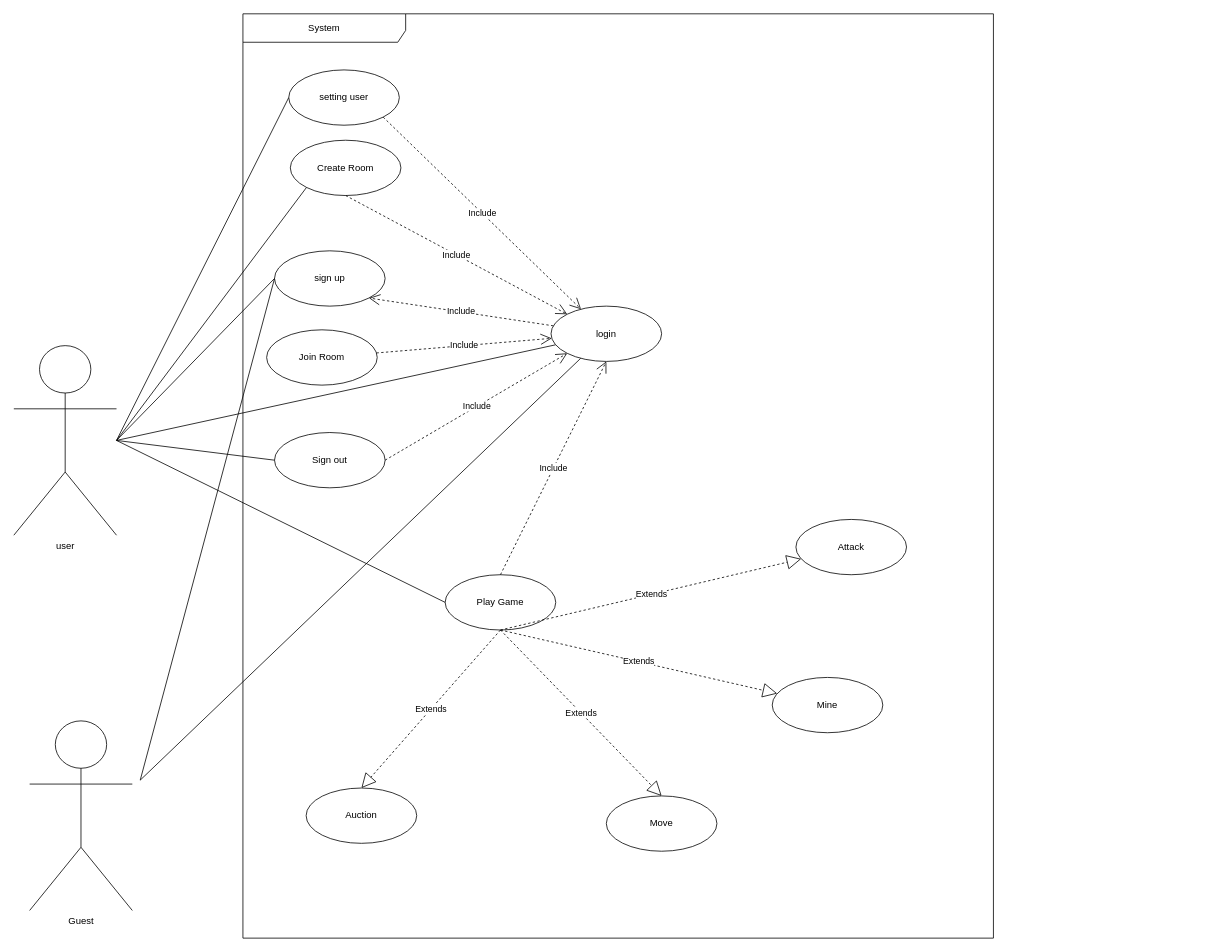
Earlier version of the draw.io diagram Diagrams/Usecase diagram.drawio (paowick/ChessButEbay). Source tidied: cells renumbered, new cells numbered last; positions are measured from the earlier drawing's top-left corner, leaving out a move shared by most shapes. Both pictures are drawn from the tidied source at 79%, with x=0, y=0 at pixel (13, 13).
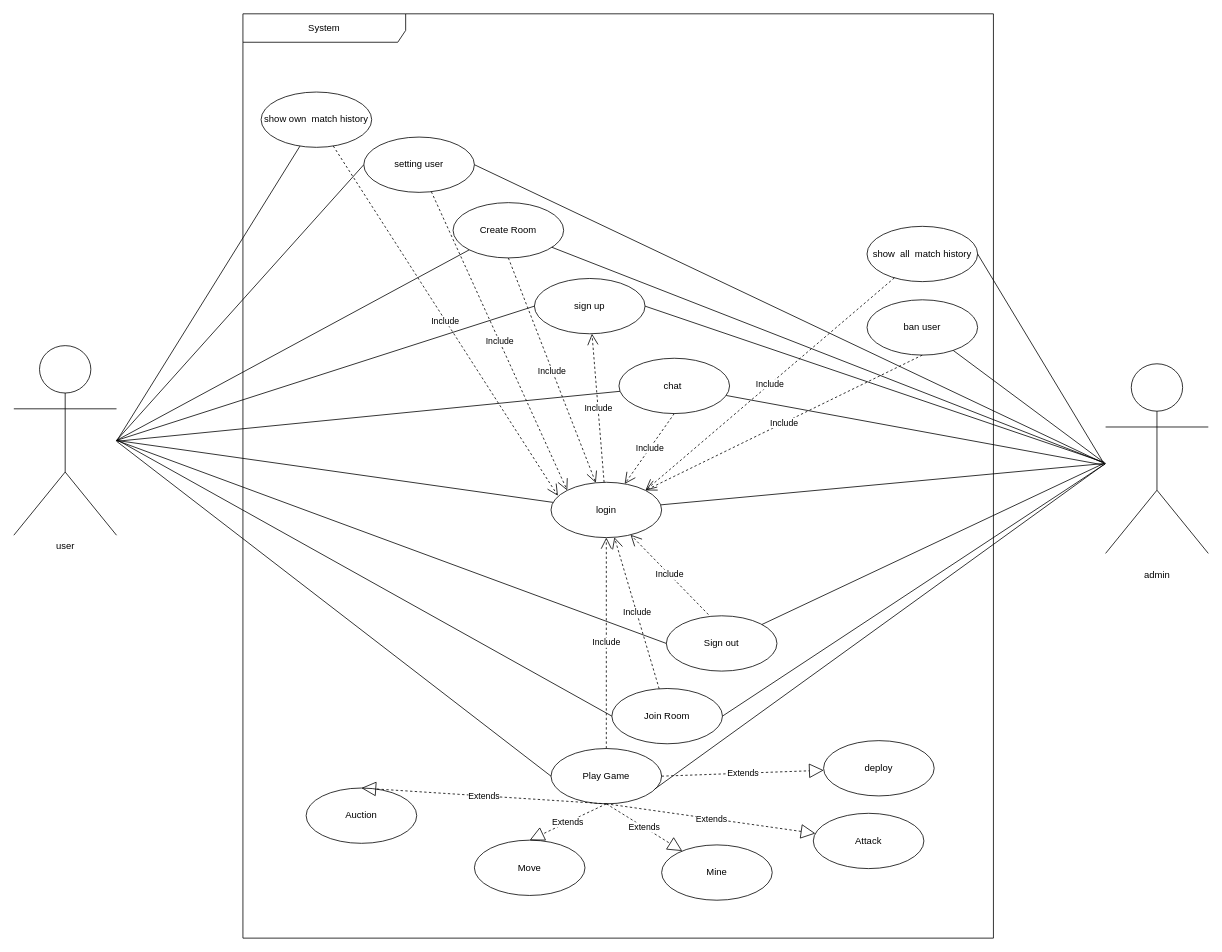
The same page after the edit.

The edit, as a diff of the source:
```diff
@@
+    <mxCell id="34" style="edgeStyle=none;html=1;endArrow=none;endFill=0;" parent="1" edge="1" target="52">
+      <mxGeometry relative="1" as="geometry">
+        <mxPoint x="130" y="541" as="sourcePoint" />
+      </mxGeometry>
+    </mxCell>
+    <mxCell id="35" style="edgeStyle=none;html=1;endArrow=none;endFill=0;" parent="1" edge="1" target="56">
+      <mxGeometry relative="1" as="geometry">
+        <mxPoint x="131" y="541" as="sourcePoint" />
+      </mxGeometry>
+    </mxCell>
@@
     <mxCell id="5" value="login" style="ellipse;whiteSpace=wrap;html=1;" parent="1" vertex="1">
-      <mxGeometry x="680" y="370" width="140" height="70" as="geometry" />
+      <mxGeometry x="680" y="593" width="140" height="70" as="geometry" />
     </mxCell>
     <mxCell id="6" value="sign up" style="ellipse;whiteSpace=wrap;html=1;" parent="1" vertex="1">
-      <mxGeometry x="330" y="300" width="140" height="70" as="geometry" />
+      <mxGeometry x="659" y="335" width="140" height="70" as="geometry" />
     </mxCell>
     <mxCell id="7" value="Create Room" style="ellipse;whiteSpace=wrap;html=1;" parent="1" vertex="1">
-      <mxGeometry x="350" y="160" width="140" height="70" as="geometry" />
+      <mxGeometry x="556" y="239" width="140" height="70" as="geometry" />
     </mxCell>
     <mxCell id="8" value="Join Room" style="ellipse;whiteSpace=wrap;html=1;" parent="1" vertex="1">
-      <mxGeometry x="320" y="400" width="140" height="70" as="geometry" />
+      <mxGeometry x="757" y="854" width="140" height="70" as="geometry" />
     </mxCell>
     <mxCell id="9" value="Sign out" style="ellipse;whiteSpace=wrap;html=1;" parent="1" vertex="1">
-      <mxGeometry x="330" y="530" width="140" height="70" as="geometry" />
+      <mxGeometry x="826" y="762" width="140" height="70" as="geometry" />
     </mxCell>
     <mxCell id="10" value="Play Game" style="ellipse;whiteSpace=wrap;html=1;" parent="1" vertex="1">
-      <mxGeometry x="546" y="710" width="140" height="70" as="geometry" />
+      <mxGeometry x="680" y="930" width="140" height="70" as="geometry" />
     </mxCell>
@@
     <mxCell id="12" value="Move" style="ellipse;whiteSpace=wrap;html=1;" parent="1" vertex="1">
-      <mxGeometry x="750" y="990" width="140" height="70" as="geometry" />
+      <mxGeometry x="583" y="1046" width="140" height="70" as="geometry" />
     </mxCell>
     <mxCell id="13" value="Mine" style="ellipse;whiteSpace=wrap;html=1;" parent="1" vertex="1">
-      <mxGeometry x="960" y="840" width="140" height="70" as="geometry" />
+      <mxGeometry x="820" y="1052" width="140" height="70" as="geometry" />
     </mxCell>
     <mxCell id="14" value="Attack" style="ellipse;whiteSpace=wrap;html=1;" parent="1" vertex="1">
-      <mxGeometry x="990" y="640" width="140" height="70" as="geometry" />
+      <mxGeometry x="1012" y="1012" width="140" height="70" as="geometry" />
     </mxCell>
@@
     <mxCell id="19" style="html=1;endArrow=none;endFill=0;entryX=0;entryY=0.5;entryDx=0;entryDy=0;" parent="1" edge="1" target="10">
       <mxGeometry relative="1" as="geometry">
-        <mxPoint x="130" y="540" as="sourcePoint" />
+        <mxPoint x="130" y="541" as="sourcePoint" />
       </mxGeometry>
     </mxCell>
@@
-    <mxCell id="21" value="Include" style="endArrow=open;endSize=12;dashed=1;html=1;exitX=1;exitY=0.5;exitDx=0;exitDy=0;entryX=0;entryY=1;entryDx=0;entryDy=0;" parent="1" edge="1" source="9" target="5">
+    <mxCell id="21" value="Include" style="endArrow=open;endSize=12;dashed=1;html=1;exitX=0.38;exitY=-0.023;exitDx=0;exitDy=0;exitPerimeter=0;" parent="1" edge="1" source="9" target="5">
       <mxGeometry relative="1" as="geometry" />
     </mxCell>
-    <mxCell id="22" value="Include" style="endArrow=open;endSize=12;dashed=1;html=1;entryX=1;entryY=1;entryDx=0;entryDy=0;" parent="1" edge="1" source="5" target="6">
+    <mxCell id="22" value="Include" style="endArrow=open;endSize=12;dashed=1;html=1;" parent="1" edge="1" source="5" target="6">
       <mxGeometry relative="1" as="geometry" />
     </mxCell>
@@
-    <mxCell id="24" value="Include" style="endArrow=open;endSize=12;dashed=1;html=1;exitX=0.5;exitY=1;exitDx=0;exitDy=0;entryX=0;entryY=0;entryDx=0;entryDy=0;" parent="1" edge="1" source="7" target="5">
+    <mxCell id="24" value="Include" style="endArrow=open;endSize=12;dashed=1;html=1;exitX=0.5;exitY=1;exitDx=0;exitDy=0;" parent="1" edge="1" source="7" target="5">
       <mxGeometry relative="1" as="geometry" />
     </mxCell>
@@
-    <mxCell id="27" value="Guest" style="shape=umlActor;verticalLabelPosition=bottom;verticalAlign=top;html=1;" parent="1" vertex="1">
-      <mxGeometry x="20" y="895" width="130" height="240" as="geometry" />
-    </mxCell>
-    <mxCell id="28" style="html=1;endArrow=none;endFill=0;entryX=0;entryY=0.5;entryDx=0;entryDy=0;" parent="1" edge="1" target="6">
-      <mxGeometry relative="1" as="geometry">
-        <mxPoint x="160" y="970" as="sourcePoint" />
-      </mxGeometry>
-    </mxCell>
-    <mxCell id="29" style="html=1;endArrow=none;endFill=0;" parent="1" edge="1" target="5">
-      <mxGeometry relative="1" as="geometry">
-        <mxPoint x="160" y="970" as="sourcePoint" />
-      </mxGeometry>
-    </mxCell>
     <mxCell id="30" value="setting user" style="ellipse;whiteSpace=wrap;html=1;" parent="1" vertex="1">
-      <mxGeometry x="348" y="71" width="140" height="70" as="geometry" />
+      <mxGeometry x="443" y="156" width="140" height="70" as="geometry" />
     </mxCell>
@@
-    <mxCell id="32" value="Include" style="endArrow=open;endSize=12;dashed=1;html=1;exitX=1;exitY=1;exitDx=0;exitDy=0;" parent="1" edge="1" source="30" target="5">
+    <mxCell id="32" value="Include" style="endArrow=open;endSize=12;dashed=1;html=1;entryX=0;entryY=0;entryDx=0;entryDy=0;" parent="1" edge="1" source="30" target="5">
       <mxGeometry relative="1" as="geometry" />
     </mxCell>
@@
+    <mxCell id="36" style="edgeStyle=none;html=1;entryX=1;entryY=0.5;entryDx=0;entryDy=0;endArrow=none;endFill=0;" parent="1" edge="1" target="6">
+      <mxGeometry relative="1" as="geometry">
+        <mxPoint x="1381" y="568" as="sourcePoint" />
+      </mxGeometry>
+    </mxCell>
+    <mxCell id="37" style="edgeStyle=none;html=1;endArrow=none;endFill=0;" parent="1" edge="1" target="7">
+      <mxGeometry relative="1" as="geometry">
+        <mxPoint x="1379" y="568" as="sourcePoint" />
+      </mxGeometry>
+    </mxCell>
+    <mxCell id="38" style="edgeStyle=none;html=1;entryX=1;entryY=0.5;entryDx=0;entryDy=0;endArrow=none;endFill=0;" parent="1" edge="1" target="30">
+      <mxGeometry relative="1" as="geometry">
+        <mxPoint x="1378" y="568" as="sourcePoint" />
+      </mxGeometry>
+    </mxCell>
+    <mxCell id="39" style="edgeStyle=none;html=1;endArrow=none;endFill=0;" parent="1" edge="1" source="46" target="5">
+      <mxGeometry relative="1" as="geometry" />
+    </mxCell>
+    <mxCell id="40" style="edgeStyle=none;html=1;endArrow=none;endFill=0;" parent="1" edge="1" target="9">
+      <mxGeometry relative="1" as="geometry">
+        <mxPoint x="1380" y="569" as="sourcePoint" />
+      </mxGeometry>
+    </mxCell>
+    <mxCell id="41" style="edgeStyle=none;html=1;entryX=1;entryY=0.5;entryDx=0;entryDy=0;endArrow=none;endFill=0;" parent="1" edge="1" target="8">
+      <mxGeometry relative="1" as="geometry">
+        <mxPoint x="1381" y="570" as="sourcePoint" />
+      </mxGeometry>
+    </mxCell>
+    <mxCell id="42" style="edgeStyle=none;html=1;entryX=0.938;entryY=0.732;entryDx=0;entryDy=0;entryPerimeter=0;endArrow=none;endFill=0;" parent="1" edge="1" target="10">
+      <mxGeometry relative="1" as="geometry">
+        <mxPoint x="1382" y="569" as="sourcePoint" />
+      </mxGeometry>
+    </mxCell>
+    <mxCell id="43" style="edgeStyle=none;html=1;endArrow=none;endFill=0;" parent="1" edge="1" target="50">
+      <mxGeometry relative="1" as="geometry">
+        <mxPoint x="1380" y="568" as="sourcePoint" />
+      </mxGeometry>
+    </mxCell>
+    <mxCell id="44" style="edgeStyle=none;html=1;entryX=1;entryY=0.5;entryDx=0;entryDy=0;endArrow=none;endFill=0;" parent="1" edge="1" target="53">
+      <mxGeometry relative="1" as="geometry">
+        <mxPoint x="1381" y="571" as="sourcePoint" />
+      </mxGeometry>
+    </mxCell>
+    <mxCell id="45" style="edgeStyle=none;html=1;endArrow=none;endFill=0;" parent="1" edge="1" target="56">
+      <mxGeometry relative="1" as="geometry">
+        <mxPoint x="1379" y="571" as="sourcePoint" />
+      </mxGeometry>
+    </mxCell>
+    <mxCell id="46" value="&lt;br&gt;admin" style="shape=umlActor;verticalLabelPosition=bottom;verticalAlign=top;html=1;" parent="1" vertex="1">
+      <mxGeometry x="1382" y="443" width="130" height="240" as="geometry" />
+    </mxCell>
+    <mxCell id="47" style="html=1;endArrow=none;endFill=0;entryX=0;entryY=0.5;entryDx=0;entryDy=0;" parent="1" edge="1" target="8">
+      <mxGeometry relative="1" as="geometry">
+        <mxPoint x="132" y="540" as="sourcePoint" />
+      </mxGeometry>
+    </mxCell>
+    <mxCell id="48" value="deploy" style="ellipse;whiteSpace=wrap;html=1;" parent="1" vertex="1">
+      <mxGeometry x="1025" y="920" width="140" height="70" as="geometry" />
+    </mxCell>
+    <mxCell id="49" value="Extends" style="endArrow=block;endSize=16;endFill=0;html=1;dashed=1;exitX=1;exitY=0.5;exitDx=0;exitDy=0;" parent="1" edge="1" source="10" target="48">
+      <mxGeometry relative="1" as="geometry" />
+    </mxCell>
+    <mxCell id="50" value="ban user" style="ellipse;whiteSpace=wrap;html=1;" parent="1" vertex="1">
+      <mxGeometry x="1080" y="362" width="140" height="70" as="geometry" />
+    </mxCell>
+    <mxCell id="51" value="Include" style="endArrow=open;endSize=12;dashed=1;html=1;exitX=0.5;exitY=1;exitDx=0;exitDy=0;entryX=1;entryY=0;entryDx=0;entryDy=0;" parent="1" edge="1" source="50" target="5">
+      <mxGeometry relative="1" as="geometry" />
+    </mxCell>
+    <mxCell id="52" value="show own&amp;nbsp; match history" style="ellipse;whiteSpace=wrap;html=1;" parent="1" vertex="1">
+      <mxGeometry x="313" y="99" width="140" height="70" as="geometry" />
+    </mxCell>
+    <mxCell id="53" value="show&amp;nbsp; all&amp;nbsp; match history" style="ellipse;whiteSpace=wrap;html=1;" parent="1" vertex="1">
+      <mxGeometry x="1080" y="269" width="140" height="70" as="geometry" />
+    </mxCell>
+    <mxCell id="54" value="Include" style="endArrow=open;endSize=12;dashed=1;html=1;entryX=1;entryY=0;entryDx=0;entryDy=0;" parent="1" edge="1" source="53" target="5">
+      <mxGeometry relative="1" as="geometry" />
+    </mxCell>
+    <mxCell id="55" value="Include" style="endArrow=open;endSize=12;dashed=1;html=1;entryX=0.062;entryY=0.243;entryDx=0;entryDy=0;entryPerimeter=0;" parent="1" edge="1" source="52" target="5">
+      <mxGeometry relative="1" as="geometry" />
+    </mxCell>
+    <mxCell id="56" value="chat&amp;nbsp;" style="ellipse;whiteSpace=wrap;html=1;" parent="1" vertex="1">
+      <mxGeometry x="766" y="436" width="140" height="70" as="geometry" />
+    </mxCell>
+    <mxCell id="57" value="Include" style="endArrow=open;endSize=12;dashed=1;html=1;exitX=0.5;exitY=1;exitDx=0;exitDy=0;" parent="1" edge="1" source="56" target="5">
+      <mxGeometry relative="1" as="geometry" />
+    </mxCell>
```
